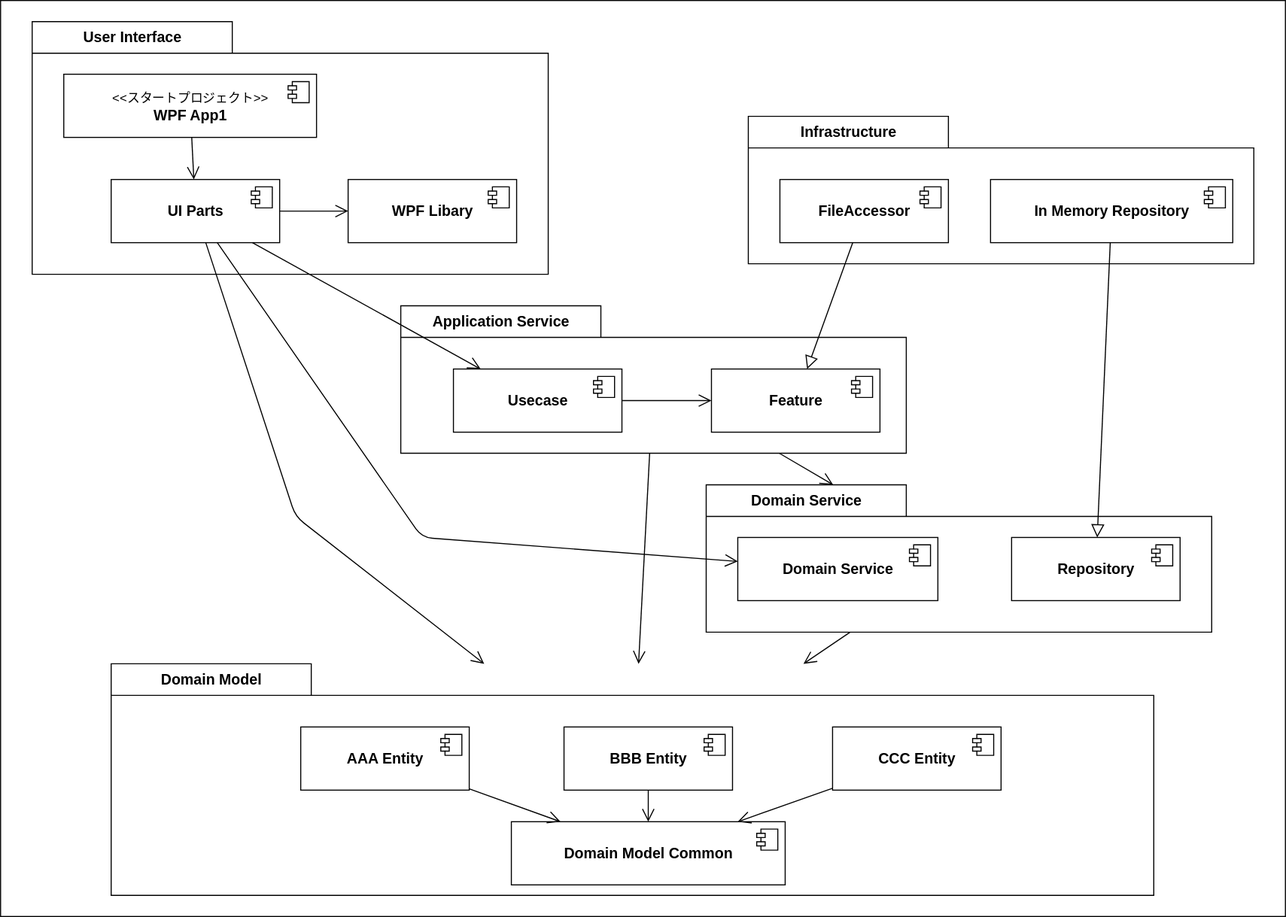
Before: Documents/Design/コンポーネント設計.svg, a diagram exported from draw.io (bosssanovar/WindowsApp_Template_202404). Source tidied: cells renumbered, new cells last; positions are measured from the earlier drawing's top-left corner, leaving out a move shared by most shapes.
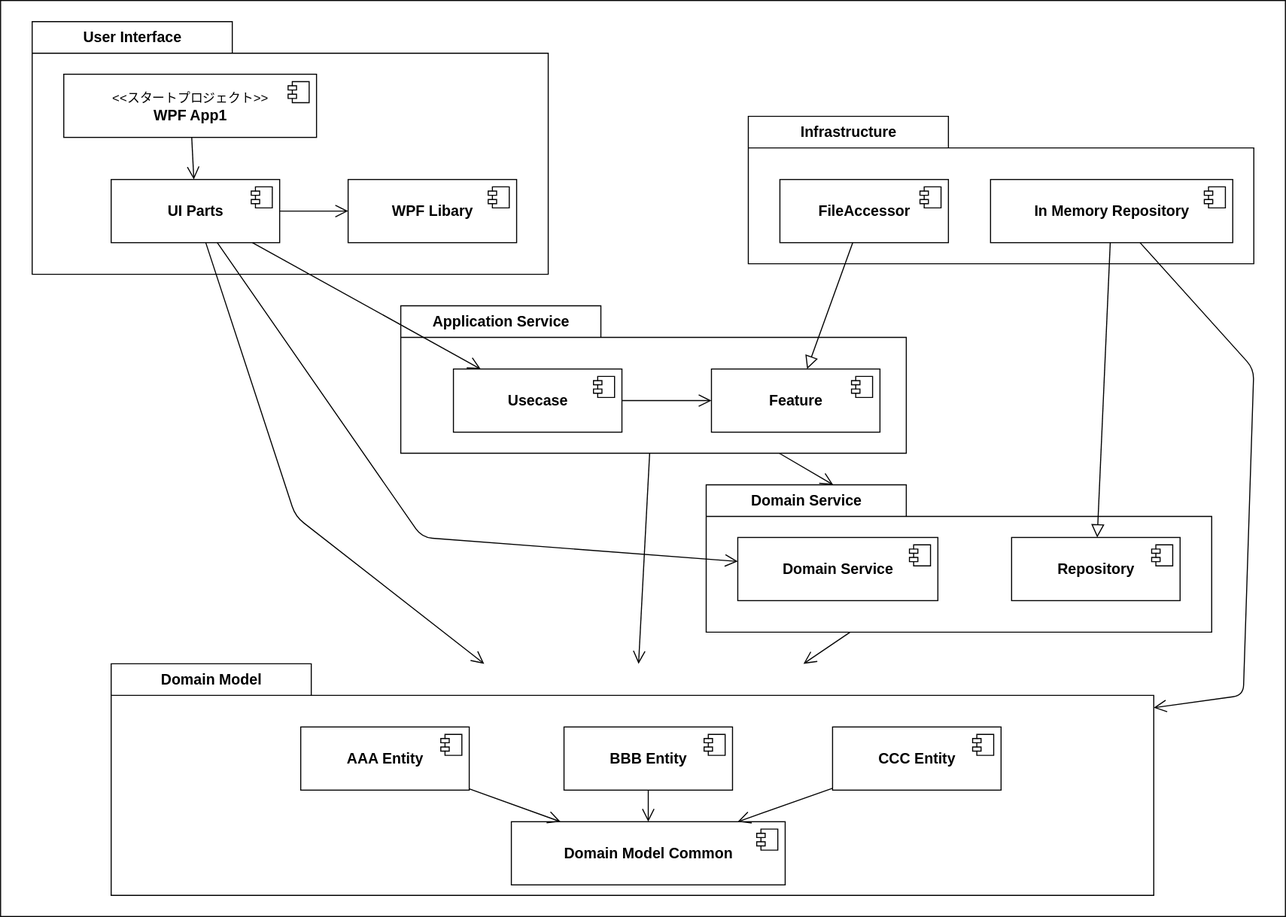
The same diagram one commit later.

What changed in the source:
```diff
@@ -199,5 +199,13 @@
         </Array>
       </mxGeometry>
     </mxCell>
+    <mxCell id="53" style="edgeStyle=none;html=1;fontSize=12;fontColor=#000000;strokeWidth=1;startSize=6;endSize=10;endArrow=open;endFill=0;" parent="1" edge="1" source="44" target="3">
+      <mxGeometry relative="1" as="geometry">
+        <Array as="points">
+          <mxPoint x="1190" y="350" />
+          <mxPoint x="1180" y="660" />
+        </Array>
+      </mxGeometry>
+    </mxCell>
   </root>
 </mxGraphModel>
```
